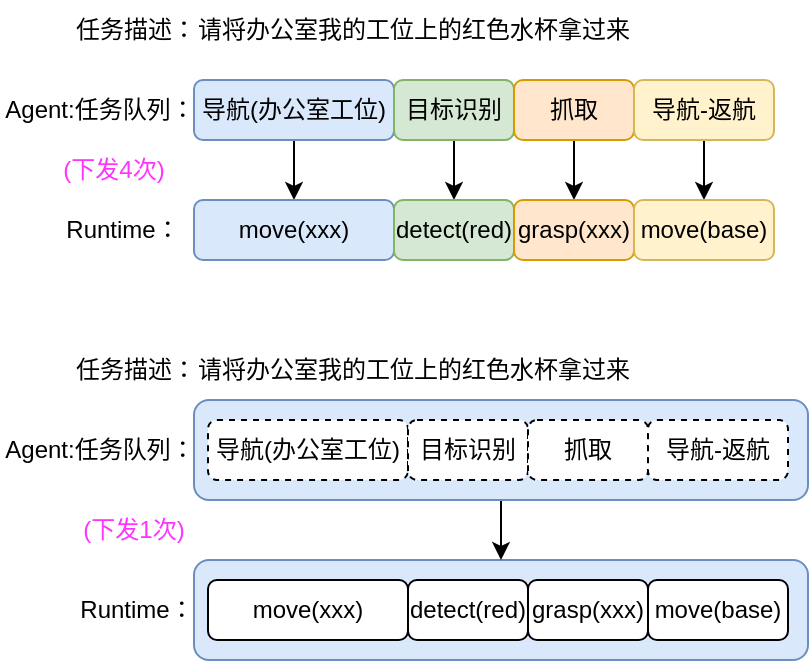
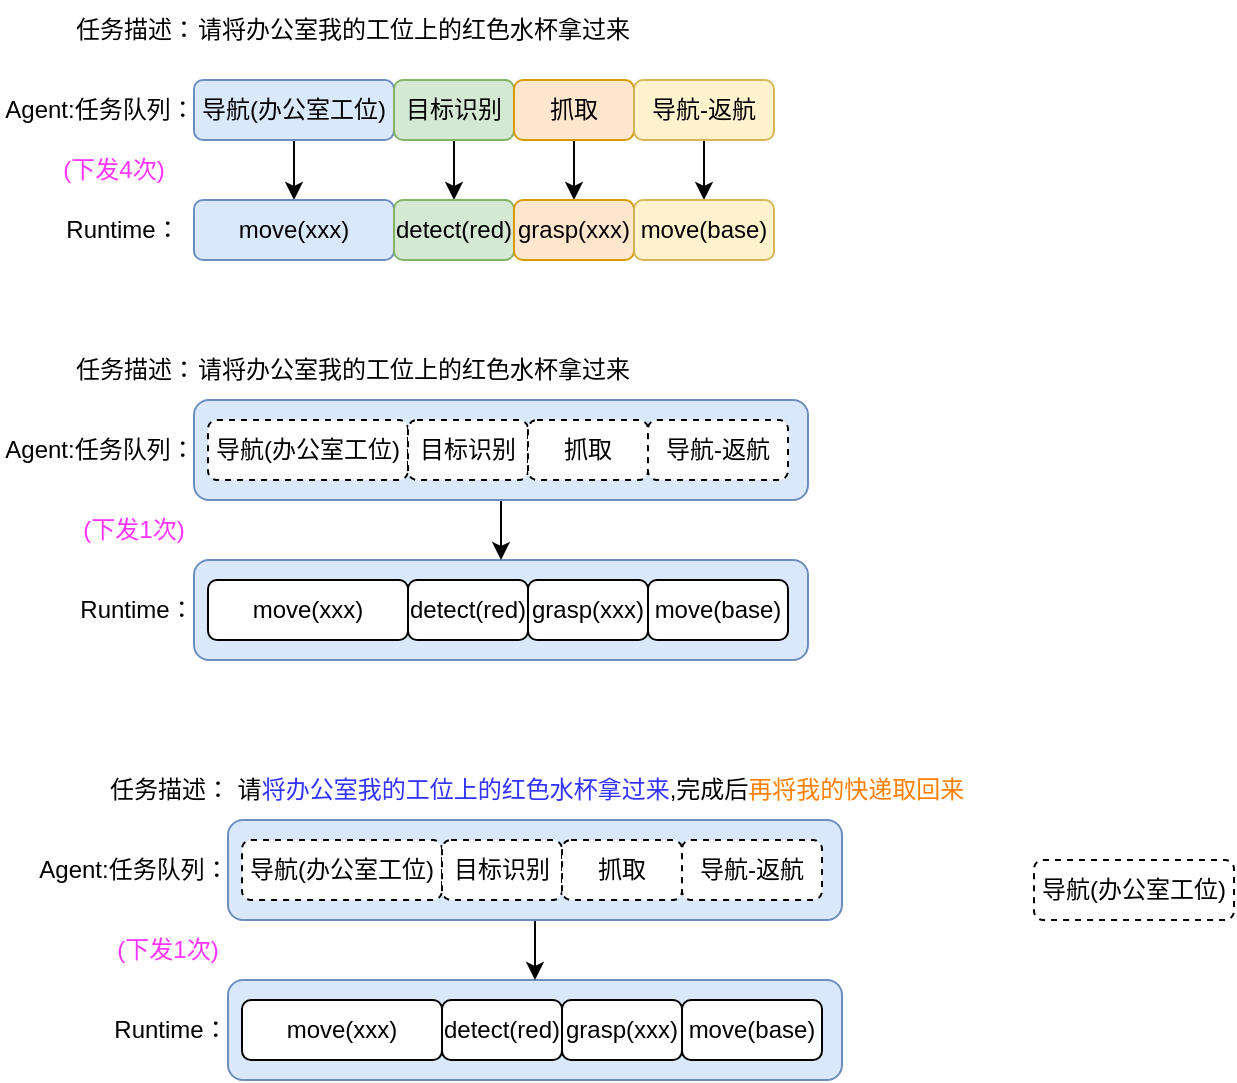
<mxfile host="app.diagrams.net">
  <diagram name="第 1 页" id="AqDmRzZVIJ-5uyctXJOA">
-     <mxGraphModel dx="656" dy="360" grid="1" gridSize="10" guides="1" tooltips="1" connect="1" arrows="1" fold="1" page="1" pageScale="1" pageWidth="2339" pageHeight="3300" math="0" shadow="0">
+     <mxGraphModel dx="957" dy="525" grid="1" gridSize="10" guides="1" tooltips="1" connect="1" arrows="1" fold="1" page="1" pageScale="1" pageWidth="2339" pageHeight="3300" math="0" shadow="0">
      <root>
        <mxCell id="0" />
        <mxCell id="1" parent="0" />
        <mxCell id="TX6EBbOIm9mCNyf-wsjQ-37" parent="1" style="rounded=1;whiteSpace=wrap;html=1;fillColor=#dae8fc;strokeColor=#6c8ebf;" value="" vertex="1">
          <mxGeometry height="50" width="307" x="120" y="610" as="geometry" />
        </mxCell>
        <mxCell id="TX6EBbOIm9mCNyf-wsjQ-38" edge="1" parent="1" source="TX6EBbOIm9mCNyf-wsjQ-36" style="edgeStyle=orthogonalEdgeStyle;rounded=0;orthogonalLoop=1;jettySize=auto;html=1;exitX=0.5;exitY=1;exitDx=0;exitDy=0;entryX=0.5;entryY=0;entryDx=0;entryDy=0;" target="TX6EBbOIm9mCNyf-wsjQ-37">
          <mxGeometry relative="1" as="geometry" />
        </mxCell>
        <mxCell id="TX6EBbOIm9mCNyf-wsjQ-36" parent="1" style="rounded=1;whiteSpace=wrap;html=1;fillColor=#dae8fc;strokeColor=#6c8ebf;" value="" vertex="1">
          <mxGeometry height="50" width="307" x="120" y="530" as="geometry" />
        </mxCell>
        <mxCell id="TX6EBbOIm9mCNyf-wsjQ-15" edge="1" parent="1" source="TX6EBbOIm9mCNyf-wsjQ-1" style="edgeStyle=orthogonalEdgeStyle;rounded=0;orthogonalLoop=1;jettySize=auto;html=1;exitX=0.5;exitY=1;exitDx=0;exitDy=0;entryX=0.5;entryY=0;entryDx=0;entryDy=0;" target="TX6EBbOIm9mCNyf-wsjQ-11">
          <mxGeometry relative="1" as="geometry" />
        </mxCell>
        <mxCell id="TX6EBbOIm9mCNyf-wsjQ-1" parent="1" style="rounded=1;whiteSpace=wrap;html=1;fillColor=#dae8fc;strokeColor=#6c8ebf;" value="导航(办公室工位)" vertex="1">
          <mxGeometry height="30" width="100" x="120" y="370" as="geometry" />
        </mxCell>
        <mxCell id="TX6EBbOIm9mCNyf-wsjQ-2" parent="1" style="text;html=1;whiteSpace=wrap;strokeColor=none;fillColor=none;align=center;verticalAlign=middle;rounded=0;" value="Agent:任务队列：" vertex="1">
          <mxGeometry height="30" width="100" x="23" y="370" as="geometry" />
        </mxCell>
        <mxCell id="TX6EBbOIm9mCNyf-wsjQ-3" parent="1" style="text;html=1;whiteSpace=wrap;strokeColor=none;fillColor=none;align=center;verticalAlign=middle;rounded=0;" value="任务描述：" vertex="1">
          <mxGeometry height="30" width="70" x="56" y="330" as="geometry" />
        </mxCell>
        <mxCell id="TX6EBbOIm9mCNyf-wsjQ-4" parent="1" style="text;html=1;whiteSpace=wrap;strokeColor=none;fillColor=none;align=center;verticalAlign=middle;rounded=0;" value="请将办公室我的工位上的红色水杯拿过来" vertex="1">
          <mxGeometry height="30" width="220" x="120" y="330" as="geometry" />
        </mxCell>
        <mxCell id="TX6EBbOIm9mCNyf-wsjQ-16" edge="1" parent="1" source="TX6EBbOIm9mCNyf-wsjQ-5" style="edgeStyle=orthogonalEdgeStyle;rounded=0;orthogonalLoop=1;jettySize=auto;html=1;exitX=0.5;exitY=1;exitDx=0;exitDy=0;entryX=0.5;entryY=0;entryDx=0;entryDy=0;" target="TX6EBbOIm9mCNyf-wsjQ-12">
          <mxGeometry relative="1" as="geometry" />
        </mxCell>
        <mxCell id="TX6EBbOIm9mCNyf-wsjQ-5" parent="1" style="rounded=1;whiteSpace=wrap;html=1;fillColor=#d5e8d4;strokeColor=#82b366;" value="目标识别" vertex="1">
          <mxGeometry height="30" width="60" x="220" y="370" as="geometry" />
        </mxCell>
        <mxCell id="TX6EBbOIm9mCNyf-wsjQ-17" edge="1" parent="1" source="TX6EBbOIm9mCNyf-wsjQ-6" style="edgeStyle=orthogonalEdgeStyle;rounded=0;orthogonalLoop=1;jettySize=auto;html=1;exitX=0.5;exitY=1;exitDx=0;exitDy=0;entryX=0.5;entryY=0;entryDx=0;entryDy=0;" target="TX6EBbOIm9mCNyf-wsjQ-13">
          <mxGeometry relative="1" as="geometry" />
        </mxCell>
        <mxCell id="TX6EBbOIm9mCNyf-wsjQ-6" parent="1" style="rounded=1;whiteSpace=wrap;html=1;fillColor=#ffe6cc;strokeColor=#d79b00;" value="抓取" vertex="1">
          <mxGeometry height="30" width="60" x="280" y="370" as="geometry" />
        </mxCell>
        <mxCell id="TX6EBbOIm9mCNyf-wsjQ-18" edge="1" parent="1" source="TX6EBbOIm9mCNyf-wsjQ-7" style="edgeStyle=orthogonalEdgeStyle;rounded=0;orthogonalLoop=1;jettySize=auto;html=1;exitX=0.5;exitY=1;exitDx=0;exitDy=0;entryX=0.5;entryY=0;entryDx=0;entryDy=0;" target="TX6EBbOIm9mCNyf-wsjQ-14">
          <mxGeometry relative="1" as="geometry" />
        </mxCell>
        <mxCell id="TX6EBbOIm9mCNyf-wsjQ-7" parent="1" style="rounded=1;whiteSpace=wrap;html=1;fillColor=#fff2cc;strokeColor=#d6b656;" value="导航-返航" vertex="1">
          <mxGeometry height="30" width="70" x="340" y="370" as="geometry" />
        </mxCell>
        <mxCell id="TX6EBbOIm9mCNyf-wsjQ-8" parent="1" style="text;html=1;whiteSpace=wrap;strokeColor=none;fillColor=none;align=center;verticalAlign=middle;rounded=0;" value="Runtime：" vertex="1">
          <mxGeometry height="30" width="57" x="56" y="430" as="geometry" />
        </mxCell>
        <mxCell id="TX6EBbOIm9mCNyf-wsjQ-11" parent="1" style="rounded=1;whiteSpace=wrap;html=1;fillColor=#dae8fc;strokeColor=#6c8ebf;" value="move(xxx)" vertex="1">
          <mxGeometry height="30" width="100" x="120" y="430" as="geometry" />
        </mxCell>
        <mxCell id="TX6EBbOIm9mCNyf-wsjQ-12" parent="1" style="rounded=1;whiteSpace=wrap;html=1;fillColor=#d5e8d4;strokeColor=#82b366;" value="detect(red)" vertex="1">
          <mxGeometry height="30" width="60" x="220" y="430" as="geometry" />
        </mxCell>
        <mxCell id="TX6EBbOIm9mCNyf-wsjQ-13" parent="1" style="rounded=1;whiteSpace=wrap;html=1;fillColor=#ffe6cc;strokeColor=#d79b00;" value="grasp(xxx)" vertex="1">
          <mxGeometry height="30" width="60" x="280" y="430" as="geometry" />
        </mxCell>
        <mxCell id="TX6EBbOIm9mCNyf-wsjQ-14" parent="1" style="rounded=1;whiteSpace=wrap;html=1;fillColor=#fff2cc;strokeColor=#d6b656;" value="move(base)" vertex="1">
          <mxGeometry height="30" width="70" x="340" y="430" as="geometry" />
        </mxCell>
        <mxCell id="TX6EBbOIm9mCNyf-wsjQ-19" parent="1" style="text;html=1;whiteSpace=wrap;strokeColor=none;fillColor=none;align=center;verticalAlign=middle;rounded=0;" value="请将办公室我的工位上的红色水杯拿过来" vertex="1">
          <mxGeometry height="30" width="220" x="120" y="500" as="geometry" />
        </mxCell>
        <mxCell id="TX6EBbOIm9mCNyf-wsjQ-20" parent="1" style="text;html=1;whiteSpace=wrap;strokeColor=none;fillColor=none;align=center;verticalAlign=middle;rounded=0;" value="任务描述：" vertex="1">
          <mxGeometry height="30" width="70" x="56" y="500" as="geometry" />
        </mxCell>
        <mxCell id="TX6EBbOIm9mCNyf-wsjQ-22" parent="1" style="rounded=1;whiteSpace=wrap;html=1;dashed=1;" value="导航(办公室工位)" vertex="1">
          <mxGeometry height="30" width="100" x="127" y="540" as="geometry" />
        </mxCell>
        <mxCell id="TX6EBbOIm9mCNyf-wsjQ-23" parent="1" style="text;html=1;whiteSpace=wrap;strokeColor=none;fillColor=none;align=center;verticalAlign=middle;rounded=0;" value="Agent:任务队列：" vertex="1">
          <mxGeometry height="30" width="100" x="23" y="540" as="geometry" />
        </mxCell>
        <mxCell id="TX6EBbOIm9mCNyf-wsjQ-25" parent="1" style="rounded=1;whiteSpace=wrap;html=1;dashed=1;" value="目标识别" vertex="1">
          <mxGeometry height="30" width="60" x="227" y="540" as="geometry" />
        </mxCell>
        <mxCell id="TX6EBbOIm9mCNyf-wsjQ-27" parent="1" style="rounded=1;whiteSpace=wrap;html=1;dashed=1;" value="抓取" vertex="1">
          <mxGeometry height="30" width="60" x="287" y="540" as="geometry" />
        </mxCell>
        <mxCell id="TX6EBbOIm9mCNyf-wsjQ-29" parent="1" style="rounded=1;whiteSpace=wrap;html=1;dashed=1;" value="导航-返航" vertex="1">
          <mxGeometry height="30" width="70" x="347" y="540" as="geometry" />
        </mxCell>
        <mxCell id="TX6EBbOIm9mCNyf-wsjQ-30" parent="1" style="text;html=1;whiteSpace=wrap;strokeColor=none;fillColor=none;align=center;verticalAlign=middle;rounded=0;" value="Runtime：" vertex="1">
          <mxGeometry height="30" width="57" x="62.5" y="620" as="geometry" />
        </mxCell>
        <mxCell id="TX6EBbOIm9mCNyf-wsjQ-31" parent="1" style="rounded=1;whiteSpace=wrap;html=1;" value="move(xxx)" vertex="1">
          <mxGeometry height="30" width="100" x="127" y="620" as="geometry" />
        </mxCell>
        <mxCell id="TX6EBbOIm9mCNyf-wsjQ-32" parent="1" style="rounded=1;whiteSpace=wrap;html=1;" value="detect(red)" vertex="1">
          <mxGeometry height="30" width="60" x="227" y="620" as="geometry" />
        </mxCell>
        <mxCell id="TX6EBbOIm9mCNyf-wsjQ-33" parent="1" style="rounded=1;whiteSpace=wrap;html=1;" value="grasp(xxx)" vertex="1">
          <mxGeometry height="30" width="60" x="287" y="620" as="geometry" />
        </mxCell>
        <mxCell id="TX6EBbOIm9mCNyf-wsjQ-34" parent="1" style="rounded=1;whiteSpace=wrap;html=1;" value="move(base)" vertex="1">
          <mxGeometry height="30" width="70" x="347" y="620" as="geometry" />
        </mxCell>
        <mxCell id="TX6EBbOIm9mCNyf-wsjQ-35" parent="1" style="text;html=1;whiteSpace=wrap;strokeColor=none;fillColor=none;align=center;verticalAlign=middle;rounded=0;fontColor=#FF33FF;" value="(下发4次)" vertex="1">
          <mxGeometry height="30" width="60" x="50" y="400" as="geometry" />
        </mxCell>
        <mxCell id="TX6EBbOIm9mCNyf-wsjQ-39" parent="1" style="text;html=1;whiteSpace=wrap;strokeColor=none;fillColor=none;align=center;verticalAlign=middle;rounded=0;fontColor=#FF33FF;" value="(下发1次)" vertex="1">
          <mxGeometry height="30" width="60" x="59.5" y="580" as="geometry" />
        </mxCell>
+         <mxCell id="TX6EBbOIm9mCNyf-wsjQ-40" parent="1" style="rounded=1;whiteSpace=wrap;html=1;fillColor=#dae8fc;strokeColor=#6c8ebf;" value="" vertex="1">
+           <mxGeometry height="50" width="307" x="137" y="820" as="geometry" />
+         </mxCell>
+         <mxCell id="TX6EBbOIm9mCNyf-wsjQ-41" edge="1" parent="1" source="TX6EBbOIm9mCNyf-wsjQ-42" style="edgeStyle=orthogonalEdgeStyle;rounded=0;orthogonalLoop=1;jettySize=auto;html=1;exitX=0.5;exitY=1;exitDx=0;exitDy=0;entryX=0.5;entryY=0;entryDx=0;entryDy=0;" target="TX6EBbOIm9mCNyf-wsjQ-40">
+           <mxGeometry relative="1" as="geometry" />
+         </mxCell>
+         <mxCell id="TX6EBbOIm9mCNyf-wsjQ-42" parent="1" style="rounded=1;whiteSpace=wrap;html=1;fillColor=#dae8fc;strokeColor=#6c8ebf;" value="" vertex="1">
+           <mxGeometry height="50" width="307" x="137" y="740" as="geometry" />
+         </mxCell>
+         <mxCell id="TX6EBbOIm9mCNyf-wsjQ-43" parent="1" style="text;html=1;whiteSpace=wrap;strokeColor=none;fillColor=none;align=center;verticalAlign=middle;rounded=0;" value="请&lt;font style=&quot;color: rgb(51, 51, 255);&quot;&gt;将办公室我的工位上的红色水杯拿过来&lt;/font&gt;,完成后&lt;font style=&quot;color: rgb(255, 128, 0);&quot;&gt;再将我的快递取回来&lt;/font&gt;" vertex="1">
+           <mxGeometry height="30" width="373" x="137" y="710" as="geometry" />
+         </mxCell>
+         <mxCell id="TX6EBbOIm9mCNyf-wsjQ-44" parent="1" style="text;html=1;whiteSpace=wrap;strokeColor=none;fillColor=none;align=center;verticalAlign=middle;rounded=0;" value="任务描述：" vertex="1">
+           <mxGeometry height="30" width="70" x="73" y="710" as="geometry" />
+         </mxCell>
+         <mxCell id="TX6EBbOIm9mCNyf-wsjQ-45" parent="1" style="rounded=1;whiteSpace=wrap;html=1;dashed=1;" value="导航(办公室工位)" vertex="1">
+           <mxGeometry height="30" width="100" x="144" y="750" as="geometry" />
+         </mxCell>
+         <mxCell id="TX6EBbOIm9mCNyf-wsjQ-46" parent="1" style="text;html=1;whiteSpace=wrap;strokeColor=none;fillColor=none;align=center;verticalAlign=middle;rounded=0;" value="Agent:任务队列：" vertex="1">
+           <mxGeometry height="30" width="100" x="40" y="750" as="geometry" />
+         </mxCell>
+         <mxCell id="TX6EBbOIm9mCNyf-wsjQ-47" parent="1" style="rounded=1;whiteSpace=wrap;html=1;dashed=1;" value="目标识别" vertex="1">
+           <mxGeometry height="30" width="60" x="244" y="750" as="geometry" />
+         </mxCell>
+         <mxCell id="TX6EBbOIm9mCNyf-wsjQ-48" parent="1" style="rounded=1;whiteSpace=wrap;html=1;dashed=1;" value="抓取" vertex="1">
+           <mxGeometry height="30" width="60" x="304" y="750" as="geometry" />
+         </mxCell>
+         <mxCell id="TX6EBbOIm9mCNyf-wsjQ-49" parent="1" style="rounded=1;whiteSpace=wrap;html=1;dashed=1;" value="导航-返航" vertex="1">
+           <mxGeometry height="30" width="70" x="364" y="750" as="geometry" />
+         </mxCell>
+         <mxCell id="TX6EBbOIm9mCNyf-wsjQ-50" parent="1" style="text;html=1;whiteSpace=wrap;strokeColor=none;fillColor=none;align=center;verticalAlign=middle;rounded=0;" value="Runtime：" vertex="1">
+           <mxGeometry height="30" width="57" x="79.5" y="830" as="geometry" />
+         </mxCell>
+         <mxCell id="TX6EBbOIm9mCNyf-wsjQ-51" parent="1" style="rounded=1;whiteSpace=wrap;html=1;" value="move(xxx)" vertex="1">
+           <mxGeometry height="30" width="100" x="144" y="830" as="geometry" />
+         </mxCell>
+         <mxCell id="TX6EBbOIm9mCNyf-wsjQ-52" parent="1" style="rounded=1;whiteSpace=wrap;html=1;" value="detect(red)" vertex="1">
+           <mxGeometry height="30" width="60" x="244" y="830" as="geometry" />
+         </mxCell>
+         <mxCell id="TX6EBbOIm9mCNyf-wsjQ-53" parent="1" style="rounded=1;whiteSpace=wrap;html=1;" value="grasp(xxx)" vertex="1">
+           <mxGeometry height="30" width="60" x="304" y="830" as="geometry" />
+         </mxCell>
+         <mxCell id="TX6EBbOIm9mCNyf-wsjQ-54" parent="1" style="rounded=1;whiteSpace=wrap;html=1;" value="move(base)" vertex="1">
+           <mxGeometry height="30" width="70" x="364" y="830" as="geometry" />
+         </mxCell>
+         <mxCell id="TX6EBbOIm9mCNyf-wsjQ-55" parent="1" style="text;html=1;whiteSpace=wrap;strokeColor=none;fillColor=none;align=center;verticalAlign=middle;rounded=0;fontColor=#FF33FF;" value="(下发1次)" vertex="1">
+           <mxGeometry height="30" width="60" x="76.5" y="790" as="geometry" />
+         </mxCell>
+         <mxCell id="TX6EBbOIm9mCNyf-wsjQ-56" parent="1" style="rounded=1;whiteSpace=wrap;html=1;dashed=1;" value="导航(办公室工位)" vertex="1">
+           <mxGeometry height="30" width="100" x="540" y="760" as="geometry" />
+         </mxCell>
      </root>
    </mxGraphModel>
  </diagram>
</mxfile>
